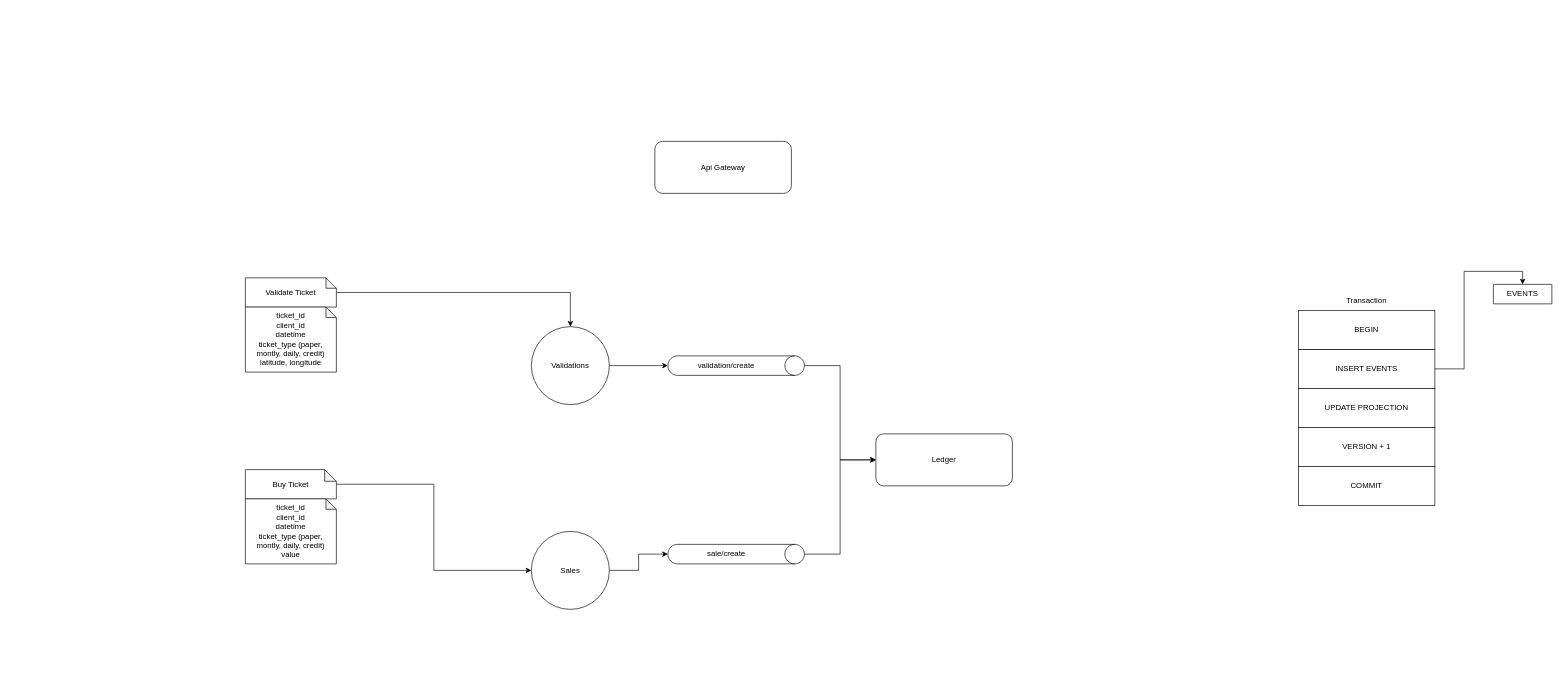
andrelucasti/homelab keeps this draw.io diagram as Case Ledger Eventsourcing.drawio. Above is the earlier version. Source tidied: cells renumbered, new cells numbered last; positions are measured from the earlier drawing's top-left corner, leaving out a move shared by most shapes. Both pictures are drawn from the tidied source at 65%, with x=0, y=0 at pixel (245, 141).
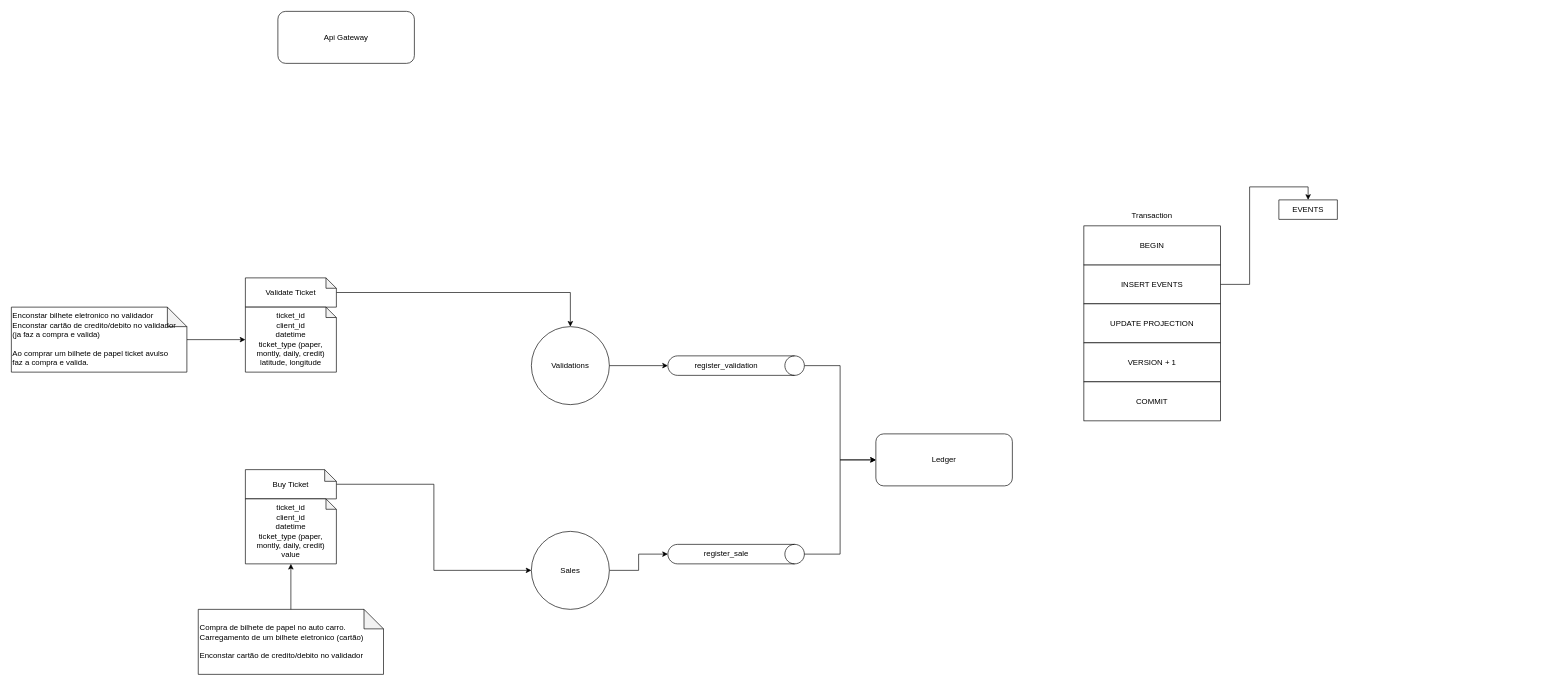
After the change.

Unchanged cells that the change refers to:
```xml
<mxCell id="21" value="ticket_id&lt;div&gt;client_id&lt;br&gt;&lt;div&gt;datetime&lt;/div&gt;&lt;div&gt;ticket_type (paper, montly, daily, credit)&lt;/div&gt;&lt;div&gt;latitude, longitude&lt;/div&gt;&lt;/div&gt;" style="shape=note;whiteSpace=wrap;html=1;backgroundOutline=1;darkOpacity=0.05;align=center;size=16;" parent="1" vertex="1">
  <mxGeometry y="255" width="140" height="100" as="geometry" />
</mxCell>
<mxCell id="22" value="ticket_id&lt;div&gt;client_id&lt;br&gt;&lt;div&gt;datetime&lt;/div&gt;&lt;div&gt;ticket_type (paper, montly, daily, credit)&lt;br&gt;&lt;/div&gt;&lt;div&gt;value&lt;/div&gt;&lt;/div&gt;" style="shape=note;whiteSpace=wrap;html=1;backgroundOutline=1;darkOpacity=0.05;align=center;size=16;" parent="1" vertex="1">
  <mxGeometry y="550" width="140" height="100" as="geometry" />
</mxCell>
<mxCell id="23" style="group;" parent="1" vertex="1">
  <mxGeometry x="710" y="240" width="60" height="210" as="geometry" />
</mxCell>
<mxCell id="26" style="group;" parent="1" vertex="1">
  <mxGeometry x="710" y="530" width="60" height="210" as="geometry" />
</mxCell>
```

Diff of the diagram source:
```diff
@@
     <mxCell id="3" value="Api Gateway" style="rounded=1;whiteSpace=wrap;html=1;" parent="1" vertex="1">
-      <mxGeometry x="630" width="210" height="80" as="geometry" />
+      <mxGeometry x="50" y="-200" width="210" height="80" as="geometry" />
     </mxCell>
@@
     <mxCell id="7" value="Transaction" style="text;html=1;whiteSpace=wrap;strokeColor=none;fillColor=none;align=center;verticalAlign=middle;rounded=0;" parent="1" vertex="1">
-      <mxGeometry x="1645" y="230" width="160" height="30" as="geometry" />
+      <mxGeometry x="1315" y="100" width="160" height="30" as="geometry" />
     </mxCell>
@@
     <mxCell id="9" value="INSERT EVENTS" style="rounded=0;whiteSpace=wrap;html=1;" parent="1" vertex="1">
-      <mxGeometry x="1620" y="320" width="210" height="60" as="geometry" />
+      <mxGeometry x="1290" y="190" width="210" height="60" as="geometry" />
     </mxCell>
     <mxCell id="10" value="BEGIN" style="rounded=0;whiteSpace=wrap;html=1;" parent="1" vertex="1">
-      <mxGeometry x="1620" y="260" width="210" height="60" as="geometry" />
+      <mxGeometry x="1290" y="130" width="210" height="60" as="geometry" />
     </mxCell>
     <mxCell id="11" value="EVENTS" style="swimlane;fontStyle=0;horizontal=1;startSize=30;whiteSpace=wrap;html=1;" parent="1" vertex="1" collapsed="1">
-      <mxGeometry x="1920" y="220" width="90" height="30" as="geometry" />
+      <mxGeometry x="1590" y="90" width="90" height="30" as="geometry" />
     </mxCell>
     <mxCell id="12" value="UPDATE PROJECTION" style="rounded=0;whiteSpace=wrap;html=1;" parent="1" vertex="1">
-      <mxGeometry x="1620" y="380" width="210" height="60" as="geometry" />
+      <mxGeometry x="1290" y="250" width="210" height="60" as="geometry" />
     </mxCell>
     <mxCell id="13" value="VERSION + 1" style="rounded=0;whiteSpace=wrap;html=1;" parent="1" vertex="1">
-      <mxGeometry x="1620" y="440" width="210" height="60" as="geometry" />
+      <mxGeometry x="1290" y="310" width="210" height="60" as="geometry" />
     </mxCell>
     <mxCell id="14" value="COMMIT" style="rounded=0;whiteSpace=wrap;html=1;" parent="1" vertex="1">
-      <mxGeometry x="1620" y="500" width="210" height="60" as="geometry" />
+      <mxGeometry x="1290" y="370" width="210" height="60" as="geometry" />
     </mxCell>
@@
-    <mxCell id="25" value="validation/create" style="text;html=1;whiteSpace=wrap;strokeColor=none;fillColor=none;align=center;verticalAlign=middle;rounded=0;" parent="23" vertex="1">
+    <mxCell id="25" value="register_validation" style="text;html=1;whiteSpace=wrap;strokeColor=none;fillColor=none;align=center;verticalAlign=middle;rounded=0;" parent="23" vertex="1">
       <mxGeometry y="90" width="60" height="30" as="geometry" />
     </mxCell>
@@
-    <mxCell id="28" value="sale/create" style="text;html=1;whiteSpace=wrap;strokeColor=none;fillColor=none;align=center;verticalAlign=middle;rounded=0;" parent="26" vertex="1">
+    <mxCell id="28" value="register_sale" style="text;html=1;whiteSpace=wrap;strokeColor=none;fillColor=none;align=center;verticalAlign=middle;rounded=0;" parent="26" vertex="1">
       <mxGeometry y="90" width="60" height="30" as="geometry" />
     </mxCell>
@@
+    <mxCell id="30" style="edgeStyle=orthogonalEdgeStyle;rounded=0;jettySize=auto;html=1;" parent="1" edge="1" source="31" target="21">
+      <mxGeometry relative="1" as="geometry" />
+    </mxCell>
+    <mxCell id="31" value="&lt;div&gt;Enconstar bilhete eletronico no validador&lt;/div&gt;&lt;div&gt;Enconstar cartão de credito/debito no validador (ja faz a compra e valida)&lt;/div&gt;&lt;div&gt;&lt;br&gt;&lt;/div&gt;&lt;div&gt;Ao comprar um bilhete de papel ticket avulso&amp;nbsp;&lt;br&gt;faz a compra e valida.&lt;/div&gt;" style="shape=note;whiteSpace=wrap;html=1;backgroundOutline=1;darkOpacity=0.05;align=left;" parent="1" vertex="1">
+      <mxGeometry x="-360" y="255" width="270" height="100" as="geometry" />
+    </mxCell>
+    <mxCell id="32" value="&lt;div&gt;Compra de bilhete de papel no auto carro.&lt;/div&gt;&lt;div&gt;Carregamento de um bilhete eletronico (cartão)&lt;/div&gt;&lt;div&gt;&lt;br&gt;&lt;/div&gt;&lt;div&gt;Enconstar cartão de credito/debito no validador&amp;nbsp;&lt;/div&gt;" style="shape=note;whiteSpace=wrap;html=1;backgroundOutline=1;darkOpacity=0.05;align=left;" parent="1" vertex="1">
+      <mxGeometry x="-72.5" y="720" width="285" height="100" as="geometry" />
+    </mxCell>
+    <mxCell id="33" style="edgeStyle=orthogonalEdgeStyle;rounded=0;jettySize=auto;html=1;entryX=0.5;entryY=1;entryDx=0;entryDy=0;entryPerimeter=0;" parent="1" edge="1" source="32" target="22">
+      <mxGeometry relative="1" as="geometry" />
+    </mxCell>
```
